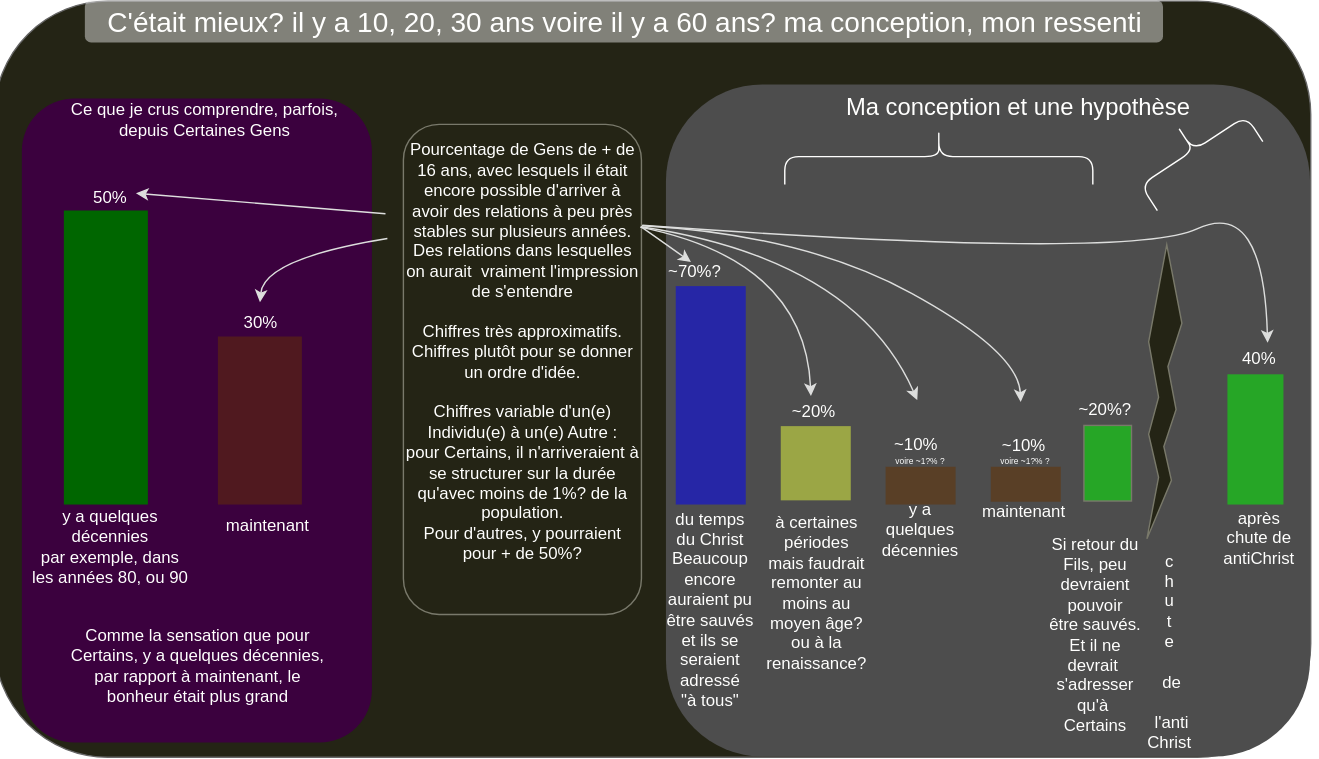
Before: Accueil/Dossier_dans_dossier_accueil/Images/Était-ce mieux il y a quelques années ou décénnies. Ce qu'y me sembla entendre parfois, ma conception.svg, a diagram exported from draw.io (up778/up778.github.io). Source tidied: cells renumbered, new cells last; positions are measured from the earlier drawing's top-left corner, leaving out a move shared by most shapes.
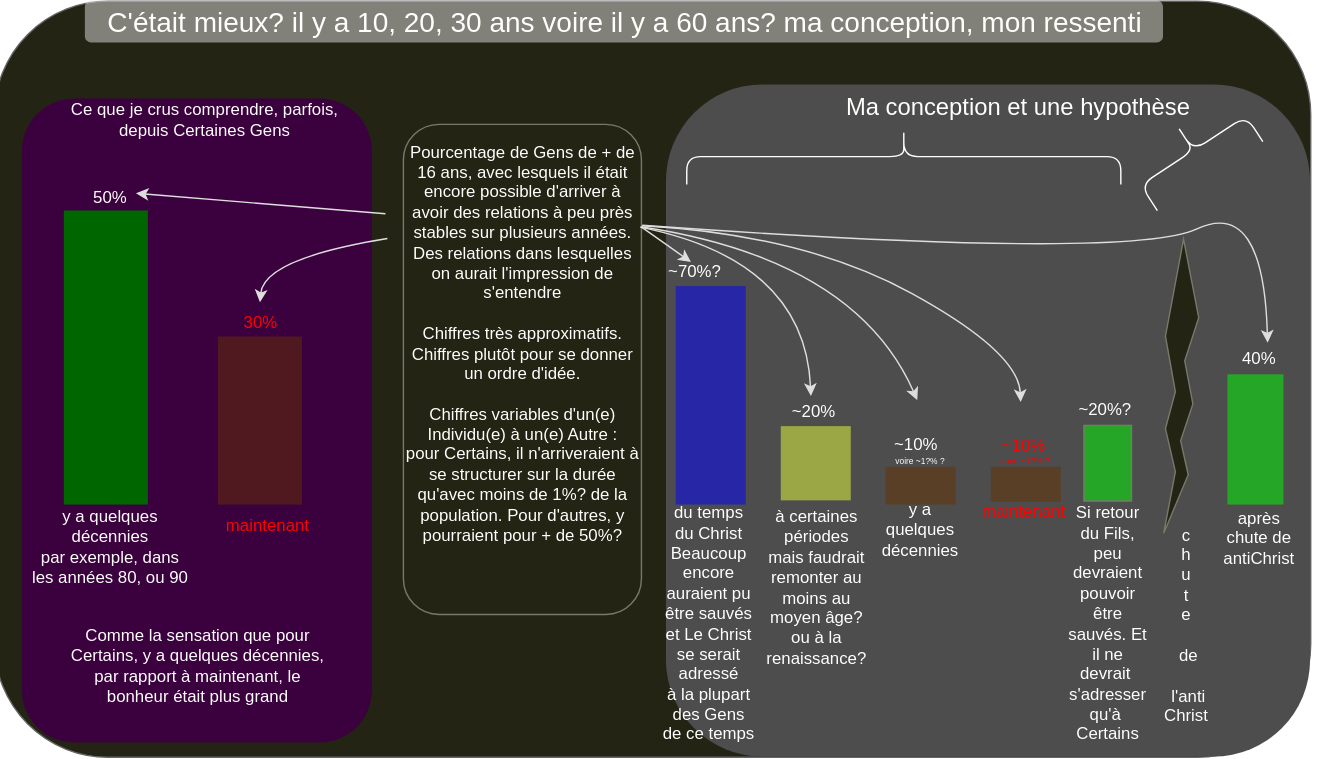
Later version of the same file.

What changed in the source:
```diff
@@ -41,7 +41,7 @@
     <mxCell id="14" value="50%" style="text;html=1;whiteSpace=wrap;strokeColor=none;fillColor=none;align=center;verticalAlign=middle;rounded=0;fontColor=#fffffe;" parent="1" vertex="1">
       <mxGeometry x="70" y="131" width="25" height="20" as="geometry" />
     </mxCell>
-    <mxCell id="15" value="30%" style="text;html=1;whiteSpace=wrap;strokeColor=none;fillColor=none;align=center;verticalAlign=middle;rounded=0;fontColor=#fffffe;" parent="1" vertex="1">
+    <mxCell id="15" value="30%" style="text;html=1;whiteSpace=wrap;strokeColor=#00000000;fillColor=#00000000;align=center;verticalAlign=middle;rounded=0;fontColor=#ff0000;" parent="1" vertex="1">
       <mxGeometry x="170" y="215" width="40" height="30" as="geometry" />
     </mxCell>
     <mxCell id="16" value="Comme la sensation que pour Certains, y a quelques décennies, par rapport à maintenant, le bonheur était plus grand" style="text;html=1;whiteSpace=wrap;strokeColor=none;fillColor=none;align=center;verticalAlign=middle;rounded=0;fontColor=#fffffe;" parent="1" vertex="1">
@@ -50,7 +50,7 @@
     <mxCell id="17" value="~10%" style="text;html=1;whiteSpace=wrap;strokeColor=none;fillColor=none;align=center;verticalAlign=middle;rounded=0;fontColor=#fffffe;" parent="1" vertex="1">
       <mxGeometry x="642.9" y="307" width="32" height="20" as="geometry" />
     </mxCell>
-    <mxCell id="18" value="~10%" style="text;html=1;whiteSpace=wrap;strokeColor=none;fillColor=none;align=center;verticalAlign=middle;rounded=0;fontColor=#fffffe;" parent="1" vertex="1">
+    <mxCell id="18" value="~10%" style="text;html=1;whiteSpace=wrap;strokeColor=#00000000;fillColor=#00000000;align=center;verticalAlign=middle;rounded=0;fontColor=#ff0000;" parent="1" vertex="1">
       <mxGeometry x="715.9" y="308" width="40" height="20" as="geometry" />
     </mxCell>
     <mxCell id="19" style="rounded=0;whiteSpace=wrap;html=1;strokeColor=none;fillColor=#E9FF3F80;" parent="1" vertex="1">
@@ -62,16 +62,16 @@
     <mxCell id="21" value="y a quelques&lt;br&gt;décennies&lt;br&gt;par exemple, dans les années 80, ou 90" style="text;html=1;whiteSpace=wrap;strokeColor=none;fillColor=none;align=center;verticalAlign=middle;rounded=0;fontColor=#fffffe;" parent="1" vertex="1">
       <mxGeometry x="25" y="290" width="115" height="200" as="geometry" />
     </mxCell>
-    <mxCell id="22" value="maintenant" style="text;html=1;whiteSpace=wrap;strokeColor=none;fillColor=none;align=center;verticalAlign=middle;rounded=0;fontColor=#fffffe;" parent="1" vertex="1">
+    <mxCell id="22" value="maintenant" style="text;html=1;whiteSpace=wrap;strokeColor=#00000000;fillColor=#00000000;align=center;verticalAlign=middle;rounded=0;fontColor=#ff0000;" parent="1" vertex="1">
       <mxGeometry x="150" y="360" width="90" height="30" as="geometry" />
     </mxCell>
     <mxCell id="23" value="à certaines périodes mais faudrait remonter au moins au moyen âge? ou à la renaissance?" style="text;html=1;whiteSpace=wrap;strokeColor=none;fillColor=none;align=center;verticalAlign=middle;rounded=0;fontColor=#fffffe;" parent="1" vertex="1">
-      <mxGeometry x="552" y="408" width="70" height="30" as="geometry" />
+      <mxGeometry x="557" y="363" width="60" height="112" as="geometry" />
     </mxCell>
     <mxCell id="24" value="y a quelques&lt;br&gt;décennies" style="text;html=1;whiteSpace=wrap;strokeColor=none;fillColor=none;align=center;verticalAlign=middle;rounded=0;fontColor=#fffffe;" parent="1" vertex="1">
       <mxGeometry x="631.9" y="363" width="60" height="30" as="geometry" />
     </mxCell>
-    <mxCell id="25" value="maintenant" style="text;html=1;whiteSpace=wrap;strokeColor=none;fillColor=none;align=center;verticalAlign=middle;rounded=0;fontColor=#fffffe;" parent="1" vertex="1">
+    <mxCell id="25" value="maintenant" style="text;html=1;whiteSpace=wrap;strokeColor=#00000000;fillColor=#00000000;align=center;verticalAlign=middle;rounded=0;fontColor=#ff0000;" parent="1" vertex="1">
       <mxGeometry x="705.9" y="350" width="60" height="30" as="geometry" />
     </mxCell>
     <mxCell id="26" value="après chute de antiChrist" style="text;html=1;whiteSpace=wrap;strokeColor=none;fillColor=none;align=center;verticalAlign=middle;rounded=0;fontColor=#fffffe;" parent="1" vertex="1">
@@ -80,14 +80,14 @@
     <mxCell id="27" value="~20%" style="text;html=1;whiteSpace=wrap;strokeColor=none;fillColor=none;align=center;verticalAlign=middle;rounded=0;fontColor=#fffffe;" parent="1" vertex="1">
       <mxGeometry x="565" y="279" width="40" height="30" as="geometry" />
     </mxCell>
-    <mxCell id="28" value="Pourcentage de Gens de + de 16 ans, avec lesquels il était encore possible d'arriver à avoir des relations à peu près stables sur plusieurs années.&lt;br&gt;Des relations dans lesquelles on aurait&amp;nbsp; vraiment l'impression de s'entendre&lt;br&gt;&lt;br&gt;Chiffres très approximatifs. Chiffres plutôt pour se donner un ordre d'idée.&lt;br&gt;&lt;br&gt;Chiffres variable d'un(e) Individu(e) à un(e) Autre :&lt;br&gt;pour Certains, il n'arriveraient à se structurer sur la durée qu'avec moins de 1%? de la population.&lt;br&gt;Pour d'autres, y pourraient pour + de 50%?" style="text;html=1;whiteSpace=wrap;strokeColor=none;fillColor=none;align=center;verticalAlign=middle;rounded=0;fontColor=#fffffe;" parent="1" vertex="1">
-      <mxGeometry x="292" y="235.5" width="170" height="30" as="geometry" />
+    <mxCell id="28" value="Pourcentage de Gens de + de 16 ans, avec lesquels il était encore possible d'arriver à avoir des relations à peu près stables sur plusieurs années.&lt;br&gt;Des relations dans lesquelles on aurait l'impression de s'entendre&lt;br&gt;&lt;br&gt;Chiffres très approximatifs. Chiffres plutôt pour se donner un ordre d'idée.&lt;br&gt;&lt;br&gt;Chiffres variables d'un(e) Individu(e) à un(e) Autre :&lt;br&gt;pour Certains, il n'arriveraient à se structurer sur la durée qu'avec moins de 1%? de la population.&amp;nbsp;Pour d'autres, y pourraient pour + de 50%?" style="text;html=1;whiteSpace=wrap;strokeColor=none;fillColor=none;align=center;verticalAlign=middle;rounded=0;fontColor=#fffffe;" parent="1" vertex="1">
+      <mxGeometry x="292" y="230" width="170" height="30" as="geometry" />
     </mxCell>
     <mxCell id="29" style="verticalLabelPosition=bottom;verticalAlign=top;html=1;shape=mxgraph.basic.flash;strokeColor=#79796a;fontColor=#fffffe;fillColor=#242415;" parent="1" vertex="1">
-      <mxGeometry x="823" y="174" width="25" height="210" as="geometry" />
+      <mxGeometry x="835" y="170" width="25" height="210" as="geometry" />
     </mxCell>
     <mxCell id="30" value="c&lt;br&gt;h&lt;br&gt;u&lt;br&gt;t&lt;br&gt;e&lt;br&gt;&lt;br&gt;&amp;nbsp;de&lt;br&gt;&lt;br&gt;&amp;nbsp;l'anti&lt;br&gt;Christ" style="text;html=1;whiteSpace=wrap;strokeColor=none;fillColor=none;align=center;verticalAlign=middle;rounded=0;fontColor=#fffffe;" parent="1" vertex="1">
-      <mxGeometry x="809" y="412" width="60" height="105" as="geometry" />
+      <mxGeometry x="821" y="393" width="60" height="105" as="geometry" />
     </mxCell>
     <mxCell id="31" style="endArrow=classic;html=1;rounded=0;strokeColor=#dddedd;fontColor=#fffffe;fillColor=#242416;curved=1;" parent="1" edge="1">
       <mxGeometry relative="1" as="geometry">
@@ -143,7 +143,7 @@
       </mxGeometry>
     </mxCell>
     <mxCell id="37" style="shape=curlyBracket;whiteSpace=wrap;html=1;rounded=1;labelPosition=left;verticalLabelPosition=middle;align=right;verticalAlign=middle;strokeColor=#FFFFFE;fontColor=#fffffe;fillColor=#242415;rotation=90;size=0.5;" parent="1" vertex="1">
-      <mxGeometry x="654.4" y="1" width="40" height="220" as="geometry" />
+      <mxGeometry x="629.4" y="-44" width="40" height="310" as="geometry" />
     </mxCell>
     <mxCell id="38" style="shape=curlyBracket;whiteSpace=wrap;html=1;rounded=1;labelPosition=left;verticalLabelPosition=middle;align=right;verticalAlign=middle;strokeColor=#FFFFFE;fontColor=#fffffe;fillColor=#242415;rotation=56.8;size=0.5;" parent="1" vertex="1">
       <mxGeometry x="834.3" y="61.7" width="43.7" height="90" as="geometry" />
@@ -151,17 +151,17 @@
     <mxCell id="39" value="&lt;font style=&quot;font-size: 6px;&quot;&gt;voire ~1?% ?&lt;/font&gt;" style="text;html=1;whiteSpace=wrap;strokeColor=none;fillColor=none;align=center;verticalAlign=middle;rounded=0;fontColor=#fffffe;" parent="1" vertex="1">
       <mxGeometry x="636" y="327" width="50" as="geometry" />
     </mxCell>
-    <mxCell id="40" value="&lt;font style=&quot;font-size: 6px;&quot;&gt;voire ~1?% ?&lt;/font&gt;" style="text;html=1;whiteSpace=wrap;strokeColor=none;fillColor=none;align=center;verticalAlign=middle;rounded=0;fontColor=#fffffe;" parent="1" vertex="1">
+    <mxCell id="40" value="&lt;font style=&quot;font-size: 6px;&quot;&gt;voire ~1?% ?&lt;/font&gt;" style="text;html=1;whiteSpace=wrap;strokeColor=#00000000;fillColor=#00000000;align=center;verticalAlign=middle;rounded=0;fontColor=#ff0000;" parent="1" vertex="1">
       <mxGeometry x="711" y="327" width="50" as="geometry" />
     </mxCell>
     <mxCell id="41" style="rounded=0;whiteSpace=wrap;html=1;strokeColor=none;fillColor=#0000ff80;" parent="1" vertex="1">
       <mxGeometry x="487" y="204" width="50" height="156" as="geometry" />
     </mxCell>
-    <mxCell id="42" value="du temps&lt;br&gt;du Christ&lt;br&gt;Beaucoup encore&lt;br&gt;auraient pu&lt;br&gt;être sauvés&lt;br&gt;et ils se seraient adressé&lt;br&gt;&quot;à tous&quot;" style="text;html=1;whiteSpace=wrap;strokeColor=none;fillColor=none;align=center;verticalAlign=middle;rounded=0;fontColor=#fffffe;" parent="1" vertex="1">
-      <mxGeometry x="476" y="420" width="70" height="30" as="geometry" />
+    <mxCell id="42" value="du temps&lt;br&gt;du Christ&lt;br&gt;Beaucoup encore&lt;br&gt;auraient pu&lt;br&gt;être sauvés&lt;br&gt;et Le Christ se serait adressé&lt;br&gt;à la plupart des Gens de ce temps" style="text;html=1;whiteSpace=wrap;strokeColor=none;fillColor=none;align=center;verticalAlign=middle;rounded=0;fontColor=#fffffe;" parent="1" vertex="1">
+      <mxGeometry x="475" y="430" width="70" height="30" as="geometry" />
     </mxCell>
     <mxCell id="43" value="Si retour du Fils, peu devraient pouvoir&lt;br&gt;être sauvés. Et il ne devrait&amp;nbsp;&lt;br&gt;s'adresser qu'à&amp;nbsp;&lt;br&gt;Certains" style="text;html=1;whiteSpace=wrap;strokeColor=none;fillColor=none;align=center;verticalAlign=middle;rounded=0;fontColor=#fffffe;" parent="1" vertex="1">
-      <mxGeometry x="751" y="438" width="70" height="30" as="geometry" />
+      <mxGeometry x="765.9" y="430" width="60" height="30" as="geometry" />
     </mxCell>
     <mxCell id="44" style="rounded=0;whiteSpace=wrap;html=1;strokeColor=#79796B;fillColor=#00ff0080;" parent="1" vertex="1">
       <mxGeometry x="778" y="303" width="34" height="54" as="geometry" />
```
